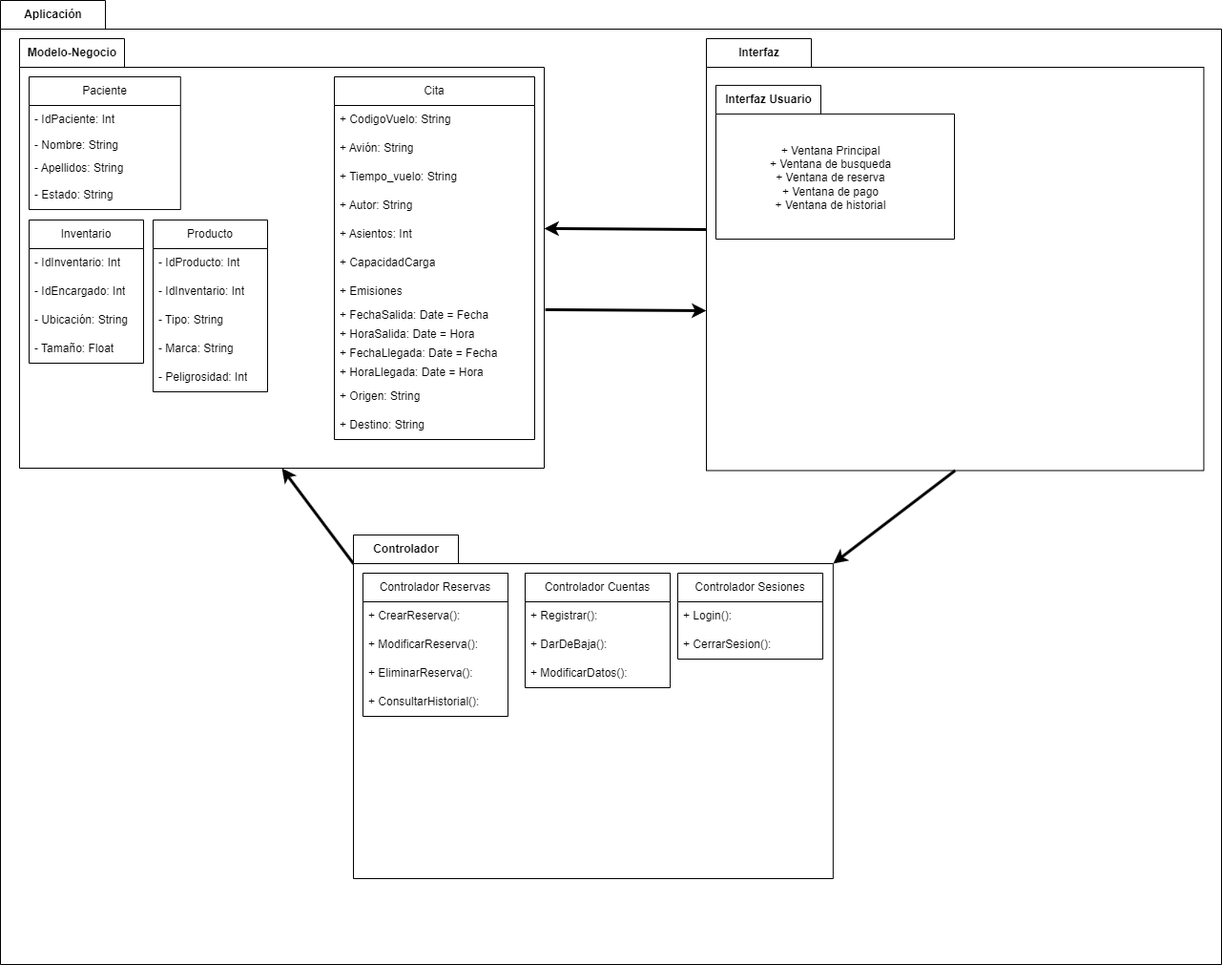
Earlier version of the draw.io export diagrama-paquetes/Hospital/diagrama.drawio.png (IsaiasTolP/Tareas_Markdown). Source tidied: cells renumbered, new cells last; positions are measured from the earlier drawing's top-left corner, leaving out a move shared by most shapes.
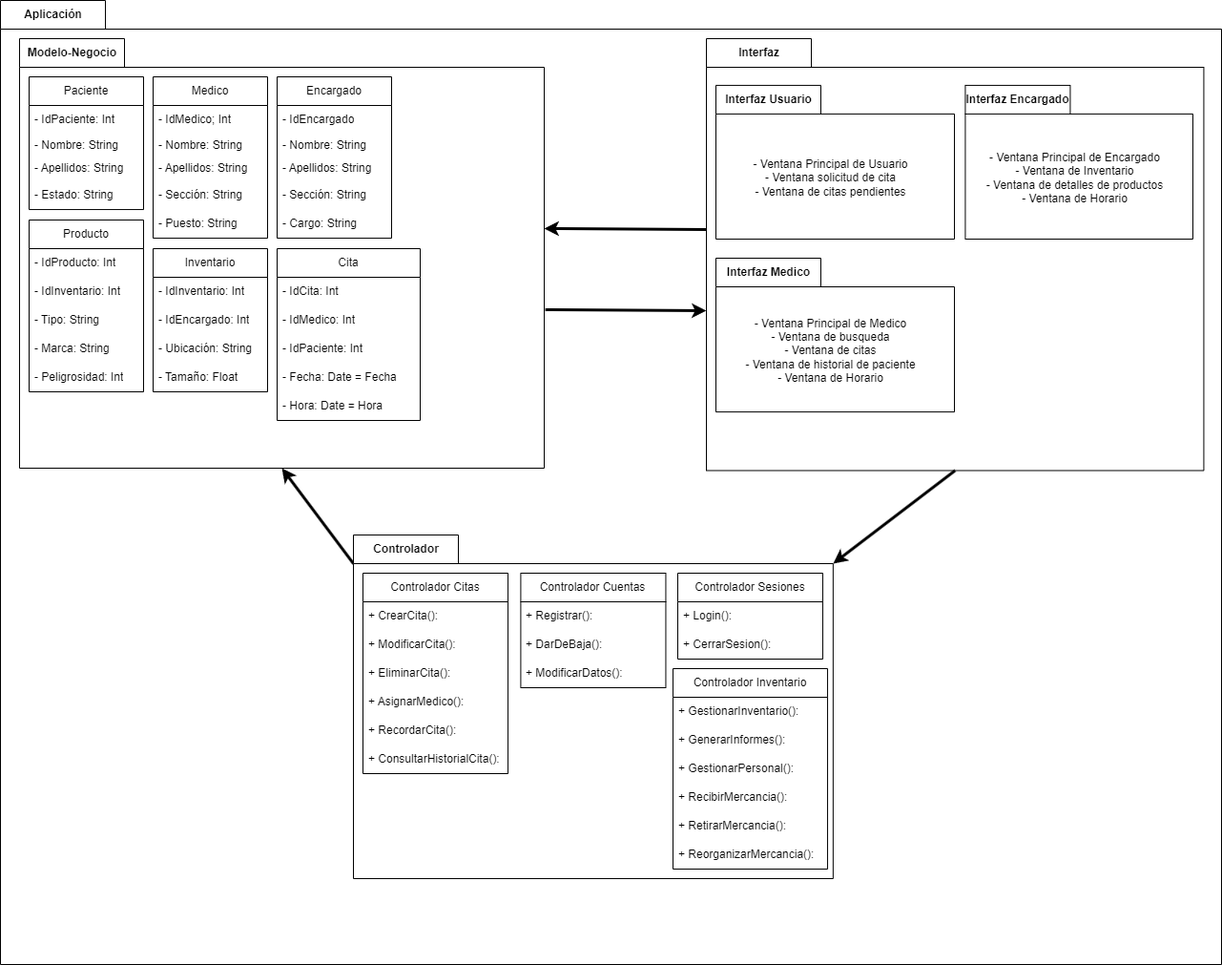
The same file after the commit.

What changed in the source:
```diff
@@ -26,3 +26,3 @@
     </mxCell>
-    <mxCell id="8" value="+ Ventana Principal&lt;br&gt;+ Ventana de busqueda&lt;br&gt;+ Ventana de reserva&lt;br&gt;+ Ventana de pago&lt;div&gt;+ Ventana de historial&lt;/div&gt;" style="html=1;strokeColor=none;fillColor=none;" parent="7" vertex="1">
+    <mxCell id="8" value="- Ventana Principal de Usuario&lt;br&gt;- Ventana solicitud de cita&lt;div&gt;- Ventana de citas pendientes&lt;/div&gt;" style="html=1;strokeColor=none;fillColor=none;" parent="7" vertex="1">
       <mxGeometry width="239.58" height="134.23" relative="1" as="geometry">
@@ -31,2 +31,18 @@
     </mxCell>
+    <mxCell id="58" value="Interfaz Medico" style="shape=folder;fontStyle=1;tabWidth=110;tabHeight=30;tabPosition=left;html=1;boundedLbl=1;labelInHeader=1;" parent="5" vertex="1">
+      <mxGeometry x="10" y="230" width="250" height="161.1" as="geometry" />
+    </mxCell>
+    <mxCell id="59" value="- Ventana Principal de Medico&lt;br&gt;- Ventana de busqueda&lt;br&gt;- Ventana de citas&lt;br&gt;- Ventana de historial de paciente&lt;div&gt;- Ventana de Horario&lt;/div&gt;" style="html=1;strokeColor=none;fillColor=none;" parent="58" vertex="1">
+      <mxGeometry width="239.58" height="134.23" relative="1" as="geometry">
+        <mxPoint y="30" as="offset" />
+      </mxGeometry>
+    </mxCell>
+    <mxCell id="60" value="Interfaz Encargado" style="shape=folder;fontStyle=1;tabWidth=110;tabHeight=30;tabPosition=left;html=1;boundedLbl=1;labelInHeader=1;" parent="5" vertex="1">
+      <mxGeometry x="271.4" y="48.9" width="238.6" height="161.1" as="geometry" />
+    </mxCell>
+    <mxCell id="61" value="- Ventana Principal de Encargado&lt;br&gt;- Ventana de Inventario&lt;br&gt;- Ventana de detalles de productos&lt;div&gt;&lt;span style=&quot;background-color: initial;&quot;&gt;- Ventana de Horario&lt;/span&gt;&lt;/div&gt;" style="html=1;strokeColor=none;fillColor=none;" parent="60" vertex="1">
+      <mxGeometry width="228.63" height="134.23" relative="1" as="geometry">
+        <mxPoint y="30" as="offset" />
+      </mxGeometry>
+    </mxCell>
     <mxCell id="9" style="edgeStyle=none;html=1;exitX=0;exitY=0;exitDx=502.85714285714283;exitDy=30;exitPerimeter=0;entryX=0.5;entryY=1;entryDx=0;entryDy=0;entryPerimeter=0;strokeWidth=3;startArrow=classic;startFill=1;endArrow=none;endFill=0;" parent="2" edge="1" source="11" target="5">
@@ -45,16 +61,22 @@
     </mxCell>
-    <mxCell id="13" value="Controlador Reservas" style="swimlane;fontStyle=0;horizontal=1;startSize=30;whiteSpace=wrap;html=1;" parent="11" vertex="1">
-      <mxGeometry x="10" y="40" width="152" height="150" as="geometry" />
+    <mxCell id="13" value="Controlador Citas" style="swimlane;fontStyle=0;horizontal=1;startSize=30;whiteSpace=wrap;html=1;" parent="11" vertex="1">
+      <mxGeometry x="10" y="40" width="152" height="210" as="geometry" />
     </mxCell>
-    <mxCell id="14" value="+ CrearReserva():" style="text;strokeColor=none;fillColor=none;align=left;verticalAlign=middle;spacingLeft=4;spacingRight=4;overflow=hidden;whiteSpace=wrap;html=1;" parent="13" vertex="1">
+    <mxCell id="14" value="+ CrearCita():" style="text;strokeColor=none;fillColor=none;align=left;verticalAlign=middle;spacingLeft=4;spacingRight=4;overflow=hidden;whiteSpace=wrap;html=1;" parent="13" vertex="1">
       <mxGeometry y="30" width="152" height="30" as="geometry" />
     </mxCell>
-    <mxCell id="15" value="+ ModificarReserva():" style="text;strokeColor=none;fillColor=none;align=left;verticalAlign=middle;spacingLeft=4;spacingRight=4;overflow=hidden;whiteSpace=wrap;html=1;" parent="13" vertex="1">
+    <mxCell id="15" value="+ ModificarCita():" style="text;strokeColor=none;fillColor=none;align=left;verticalAlign=middle;spacingLeft=4;spacingRight=4;overflow=hidden;whiteSpace=wrap;html=1;" parent="13" vertex="1">
       <mxGeometry y="60" width="152" height="30" as="geometry" />
     </mxCell>
-    <mxCell id="16" value="+ EliminarReserva():" style="text;strokeColor=none;fillColor=none;align=left;verticalAlign=middle;spacingLeft=4;spacingRight=4;overflow=hidden;whiteSpace=wrap;html=1;" parent="13" vertex="1">
+    <mxCell id="16" value="+ EliminarCita():" style="text;strokeColor=none;fillColor=none;align=left;verticalAlign=middle;spacingLeft=4;spacingRight=4;overflow=hidden;whiteSpace=wrap;html=1;" parent="13" vertex="1">
       <mxGeometry y="90" width="152" height="30" as="geometry" />
     </mxCell>
+    <mxCell id="62" value="+ AsignarMedico():" style="text;strokeColor=none;fillColor=none;align=left;verticalAlign=middle;spacingLeft=4;spacingRight=4;overflow=hidden;whiteSpace=wrap;html=1;" parent="13" vertex="1">
+      <mxGeometry y="120" width="152" height="30" as="geometry" />
+    </mxCell>
+    <mxCell id="63" value="+ RecordarCita():" style="text;strokeColor=none;fillColor=none;align=left;verticalAlign=middle;spacingLeft=4;spacingRight=4;overflow=hidden;whiteSpace=wrap;html=1;" parent="13" vertex="1">
+      <mxGeometry y="150" width="152" height="30" as="geometry" />
+    </mxCell>
-    <mxCell id="17" value="+ ConsultarHistorial():" style="text;strokeColor=none;fillColor=none;align=left;verticalAlign=middle;spacingLeft=4;spacingRight=4;overflow=hidden;whiteSpace=wrap;html=1;" parent="13" vertex="1">
-      <mxGeometry y="120" width="152" height="30" as="geometry" />
+    <mxCell id="17" value="+ ConsultarHistorialCita():" style="text;strokeColor=none;fillColor=none;align=left;verticalAlign=middle;spacingLeft=4;spacingRight=4;overflow=hidden;whiteSpace=wrap;html=1;" parent="13" vertex="1">
+      <mxGeometry y="180" width="152" height="30" as="geometry" />
     </mxCell>
@@ -70,3 +92,3 @@
     <mxCell id="21" value="Controlador Cuentas" style="swimlane;fontStyle=0;horizontal=1;startSize=30;whiteSpace=wrap;html=1;" parent="11" vertex="1">
-      <mxGeometry x="180" y="40" width="152" height="120" as="geometry" />
+      <mxGeometry x="175.4" y="40" width="152" height="120" as="geometry" />
     </mxCell>
@@ -81,2 +103,23 @@
     </mxCell>
+    <mxCell id="64" value="Controlador Inventario" style="swimlane;fontStyle=0;horizontal=1;startSize=30;whiteSpace=wrap;html=1;" parent="11" vertex="1">
+      <mxGeometry x="335" y="140" width="162" height="210" as="geometry" />
+    </mxCell>
+    <mxCell id="65" value="+ GestionarInventario():" style="text;strokeColor=none;fillColor=none;align=left;verticalAlign=middle;spacingLeft=4;spacingRight=4;overflow=hidden;whiteSpace=wrap;html=1;" parent="64" vertex="1">
+      <mxGeometry y="30" width="162" height="30" as="geometry" />
+    </mxCell>
+    <mxCell id="66" value="+ GenerarInformes():" style="text;strokeColor=none;fillColor=none;align=left;verticalAlign=middle;spacingLeft=4;spacingRight=4;overflow=hidden;whiteSpace=wrap;html=1;" parent="64" vertex="1">
+      <mxGeometry y="60" width="162" height="30" as="geometry" />
+    </mxCell>
+    <mxCell id="67" value="+ GestionarPersonal():" style="text;strokeColor=none;fillColor=none;align=left;verticalAlign=middle;spacingLeft=4;spacingRight=4;overflow=hidden;whiteSpace=wrap;html=1;" parent="64" vertex="1">
+      <mxGeometry y="90" width="162" height="30" as="geometry" />
+    </mxCell>
+    <mxCell id="68" value="+ RecibirMercancia():" style="text;strokeColor=none;fillColor=none;align=left;verticalAlign=middle;spacingLeft=4;spacingRight=4;overflow=hidden;whiteSpace=wrap;html=1;" parent="64" vertex="1">
+      <mxGeometry y="120" width="162" height="30" as="geometry" />
+    </mxCell>
+    <mxCell id="69" value="+ RetirarMercancia():" style="text;strokeColor=none;fillColor=none;align=left;verticalAlign=middle;spacingLeft=4;spacingRight=4;overflow=hidden;whiteSpace=wrap;html=1;" parent="64" vertex="1">
+      <mxGeometry y="150" width="162" height="30" as="geometry" />
+    </mxCell>
+    <mxCell id="70" value="+ ReorganizarMercancia():" style="text;strokeColor=none;fillColor=none;align=left;verticalAlign=middle;spacingLeft=4;spacingRight=4;overflow=hidden;whiteSpace=wrap;html=1;" parent="64" vertex="1">
+      <mxGeometry y="180" width="162" height="30" as="geometry" />
+    </mxCell>
     <mxCell id="25" style="edgeStyle=none;html=1;exitX=1.002;exitY=0.631;exitDx=0;exitDy=0;exitPerimeter=0;entryX=0;entryY=0;entryDx=0;entryDy=285;entryPerimeter=0;strokeWidth=3;" parent="2" edge="1" source="26" target="5">
@@ -93,60 +136,36 @@
     <mxCell id="28" value="Paciente" style="swimlane;fontStyle=0;horizontal=1;startSize=30;whiteSpace=wrap;html=1;strokeColor=default;" parent="26" vertex="1">
-      <mxGeometry x="10" y="40" width="158.8" height="139" as="geometry" />
+      <mxGeometry x="10" y="40" width="120" height="139" as="geometry" />
     </mxCell>
     <mxCell id="29" value="- IdPaciente: Int" style="text;strokeColor=none;fillColor=none;align=left;verticalAlign=middle;spacingLeft=4;spacingRight=4;overflow=hidden;whiteSpace=wrap;html=1;" parent="28" vertex="1">
-      <mxGeometry y="30" width="158.8" height="30" as="geometry" />
+      <mxGeometry y="30" width="120" height="30" as="geometry" />
     </mxCell>
     <mxCell id="30" value="- Nombre: String" style="text;strokeColor=none;fillColor=none;align=left;verticalAlign=middle;spacingLeft=4;spacingRight=4;overflow=hidden;whiteSpace=wrap;html=1;" parent="28" vertex="1">
-      <mxGeometry y="60" width="158.8" height="23" as="geometry" />
+      <mxGeometry y="60" width="120" height="23" as="geometry" />
     </mxCell>
     <mxCell id="31" value="- Apellidos: String" style="text;strokeColor=none;fillColor=none;align=left;verticalAlign=middle;spacingLeft=4;spacingRight=4;overflow=hidden;whiteSpace=wrap;html=1;" parent="28" vertex="1">
-      <mxGeometry y="83" width="158.8" height="26" as="geometry" />
+      <mxGeometry y="83" width="120" height="26" as="geometry" />
     </mxCell>
     <mxCell id="32" value="- Estado: String" style="text;strokeColor=none;fillColor=none;align=left;verticalAlign=middle;spacingLeft=4;spacingRight=4;overflow=hidden;whiteSpace=wrap;html=1;" parent="28" vertex="1">
-      <mxGeometry y="109" width="158.8" height="30" as="geometry" />
+      <mxGeometry y="109" width="120" height="30" as="geometry" />
     </mxCell>
     <mxCell id="33" value="Cita" style="swimlane;fontStyle=0;horizontal=1;startSize=30;whiteSpace=wrap;html=1;strokeColor=default;" parent="26" vertex="1">
-      <mxGeometry x="330" y="40" width="210" height="380" as="geometry" />
+      <mxGeometry x="270" y="220" width="150" height="180" as="geometry" />
     </mxCell>
-    <mxCell id="34" value="+ CodigoVuelo: String" style="text;strokeColor=none;fillColor=none;align=left;verticalAlign=middle;spacingLeft=4;spacingRight=4;overflow=hidden;whiteSpace=wrap;html=1;" parent="33" vertex="1">
-      <mxGeometry y="30" width="210" height="30" as="geometry" />
+    <mxCell id="34" value="- IdCita: Int" style="text;strokeColor=none;fillColor=none;align=left;verticalAlign=middle;spacingLeft=4;spacingRight=4;overflow=hidden;whiteSpace=wrap;html=1;" parent="33" vertex="1">
+      <mxGeometry y="30" width="150" height="30" as="geometry" />
     </mxCell>
-    <mxCell id="35" value="+ Avión: String" style="text;strokeColor=none;fillColor=none;align=left;verticalAlign=middle;spacingLeft=4;spacingRight=4;overflow=hidden;whiteSpace=wrap;html=1;" parent="33" vertex="1">
-      <mxGeometry y="60" width="210" height="30" as="geometry" />
+    <mxCell id="35" value="- IdMedico: Int" style="text;strokeColor=none;fillColor=none;align=left;verticalAlign=middle;spacingLeft=4;spacingRight=4;overflow=hidden;whiteSpace=wrap;html=1;" parent="33" vertex="1">
+      <mxGeometry y="60" width="150" height="30" as="geometry" />
     </mxCell>
-    <mxCell id="36" value="+ Tiempo_vuelo: String" style="text;strokeColor=none;fillColor=none;align=left;verticalAlign=middle;spacingLeft=4;spacingRight=4;overflow=hidden;whiteSpace=wrap;html=1;" parent="33" vertex="1">
-      <mxGeometry y="90" width="210" height="30" as="geometry" />
+    <mxCell id="36" value="- IdPaciente: Int" style="text;strokeColor=none;fillColor=none;align=left;verticalAlign=middle;spacingLeft=4;spacingRight=4;overflow=hidden;whiteSpace=wrap;html=1;" parent="33" vertex="1">
+      <mxGeometry y="90" width="150" height="30" as="geometry" />
     </mxCell>
-    <mxCell id="37" value="+ Autor: String" style="text;strokeColor=none;fillColor=none;align=left;verticalAlign=middle;spacingLeft=4;spacingRight=4;overflow=hidden;whiteSpace=wrap;html=1;" parent="33" vertex="1">
-      <mxGeometry y="120" width="210" height="30" as="geometry" />
+    <mxCell id="37" value="- Fecha: Date = Fecha" style="text;strokeColor=none;fillColor=none;align=left;verticalAlign=middle;spacingLeft=4;spacingRight=4;overflow=hidden;whiteSpace=wrap;html=1;" parent="33" vertex="1">
+      <mxGeometry y="120" width="150" height="30" as="geometry" />
     </mxCell>
-    <mxCell id="38" value="+ Asientos: Int" style="text;strokeColor=none;fillColor=none;align=left;verticalAlign=middle;spacingLeft=4;spacingRight=4;overflow=hidden;whiteSpace=wrap;html=1;" parent="33" vertex="1">
-      <mxGeometry y="150" width="210" height="30" as="geometry" />
+    <mxCell id="38" value="- Hora: Date = Hora" style="text;strokeColor=none;fillColor=none;align=left;verticalAlign=middle;spacingLeft=4;spacingRight=4;overflow=hidden;whiteSpace=wrap;html=1;" parent="33" vertex="1">
+      <mxGeometry y="150" width="150" height="30" as="geometry" />
     </mxCell>
-    <mxCell id="39" value="+ CapacidadCarga" style="text;strokeColor=none;fillColor=none;align=left;verticalAlign=middle;spacingLeft=4;spacingRight=4;overflow=hidden;whiteSpace=wrap;html=1;" parent="33" vertex="1">
-      <mxGeometry y="180" width="210" height="30" as="geometry" />
-    </mxCell>
-    <mxCell id="40" value="+ Emisiones" style="text;strokeColor=none;fillColor=none;align=left;verticalAlign=middle;spacingLeft=4;spacingRight=4;overflow=hidden;whiteSpace=wrap;html=1;" parent="33" vertex="1">
-      <mxGeometry y="210" width="210" height="30" as="geometry" />
-    </mxCell>
-    <mxCell id="41" value="+ FechaSalida: Date = Fecha" style="text;strokeColor=none;fillColor=none;align=left;verticalAlign=middle;spacingLeft=4;spacingRight=4;overflow=hidden;whiteSpace=wrap;html=1;" parent="33" vertex="1">
-      <mxGeometry y="240" width="210" height="20" as="geometry" />
-    </mxCell>
-    <mxCell id="42" value="+ HoraSalida: Date = Hora" style="text;strokeColor=none;fillColor=none;align=left;verticalAlign=middle;spacingLeft=4;spacingRight=4;overflow=hidden;whiteSpace=wrap;html=1;" parent="33" vertex="1">
-      <mxGeometry y="260" width="210" height="20" as="geometry" />
-    </mxCell>
-    <mxCell id="43" value="+ FechaLlegada: Date = Fecha" style="text;strokeColor=none;fillColor=none;align=left;verticalAlign=middle;spacingLeft=4;spacingRight=4;overflow=hidden;whiteSpace=wrap;html=1;" parent="33" vertex="1">
-      <mxGeometry y="280" width="210" height="20" as="geometry" />
-    </mxCell>
-    <mxCell id="44" value="+ HoraLlegada: Date = Hora" style="text;strokeColor=none;fillColor=none;align=left;verticalAlign=middle;spacingLeft=4;spacingRight=4;overflow=hidden;whiteSpace=wrap;html=1;" parent="33" vertex="1">
-      <mxGeometry y="300" width="210" height="20" as="geometry" />
-    </mxCell>
-    <mxCell id="45" value="+ Origen: String" style="text;strokeColor=none;fillColor=none;align=left;verticalAlign=middle;spacingLeft=4;spacingRight=4;overflow=hidden;whiteSpace=wrap;html=1;" parent="33" vertex="1">
-      <mxGeometry y="320" width="210" height="30" as="geometry" />
-    </mxCell>
-    <mxCell id="46" value="+ Destino: String" style="text;strokeColor=none;fillColor=none;align=left;verticalAlign=middle;spacingLeft=4;spacingRight=4;overflow=hidden;whiteSpace=wrap;html=1;" parent="33" vertex="1">
-      <mxGeometry y="350" width="210" height="30" as="geometry" />
-    </mxCell>
     <mxCell id="47" value="Inventario" style="swimlane;fontStyle=0;horizontal=1;startSize=30;whiteSpace=wrap;html=1;strokeColor=default;" parent="26" vertex="1">
-      <mxGeometry x="10" y="190" width="120" height="150" as="geometry" />
+      <mxGeometry x="140" y="220" width="120" height="150" as="geometry" />
     </mxCell>
@@ -165,3 +184,3 @@
     <mxCell id="52" value="Producto" style="swimlane;fontStyle=0;horizontal=1;startSize=30;whiteSpace=wrap;html=1;strokeColor=default;" parent="26" vertex="1">
-      <mxGeometry x="140" y="190" width="120" height="180" as="geometry" />
+      <mxGeometry x="10" y="190" width="120" height="180" as="geometry" />
     </mxCell>
@@ -182,2 +201,38 @@
     </mxCell>
+    <mxCell id="71" value="Medico" style="swimlane;fontStyle=0;horizontal=1;startSize=30;whiteSpace=wrap;html=1;strokeColor=default;" parent="26" vertex="1">
+      <mxGeometry x="140" y="40" width="120" height="169" as="geometry" />
+    </mxCell>
+    <mxCell id="72" value="- IdMedico; Int" style="text;strokeColor=none;fillColor=none;align=left;verticalAlign=middle;spacingLeft=4;spacingRight=4;overflow=hidden;whiteSpace=wrap;html=1;" parent="71" vertex="1">
+      <mxGeometry y="30" width="120" height="30" as="geometry" />
+    </mxCell>
+    <mxCell id="73" value="- Nombre: String" style="text;strokeColor=none;fillColor=none;align=left;verticalAlign=middle;spacingLeft=4;spacingRight=4;overflow=hidden;whiteSpace=wrap;html=1;" parent="71" vertex="1">
+      <mxGeometry y="60" width="120" height="23" as="geometry" />
+    </mxCell>
+    <mxCell id="74" value="- Apellidos: String" style="text;strokeColor=none;fillColor=none;align=left;verticalAlign=middle;spacingLeft=4;spacingRight=4;overflow=hidden;whiteSpace=wrap;html=1;" parent="71" vertex="1">
+      <mxGeometry y="83" width="120" height="26" as="geometry" />
+    </mxCell>
+    <mxCell id="75" value="- Sección: String" style="text;strokeColor=none;fillColor=none;align=left;verticalAlign=middle;spacingLeft=4;spacingRight=4;overflow=hidden;whiteSpace=wrap;html=1;" parent="71" vertex="1">
+      <mxGeometry y="109" width="120" height="30" as="geometry" />
+    </mxCell>
+    <mxCell id="76" value="- Puesto: String" style="text;strokeColor=none;fillColor=none;align=left;verticalAlign=middle;spacingLeft=4;spacingRight=4;overflow=hidden;whiteSpace=wrap;html=1;" parent="71" vertex="1">
+      <mxGeometry y="139" width="120" height="30" as="geometry" />
+    </mxCell>
+    <mxCell id="77" value="Encargado" style="swimlane;fontStyle=0;horizontal=1;startSize=30;whiteSpace=wrap;html=1;strokeColor=default;" parent="26" vertex="1">
+      <mxGeometry x="270" y="40" width="120" height="169" as="geometry" />
+    </mxCell>
+    <mxCell id="78" value="- IdEncargado" style="text;strokeColor=none;fillColor=none;align=left;verticalAlign=middle;spacingLeft=4;spacingRight=4;overflow=hidden;whiteSpace=wrap;html=1;" parent="77" vertex="1">
+      <mxGeometry y="30" width="120" height="30" as="geometry" />
+    </mxCell>
+    <mxCell id="79" value="- Nombre: String" style="text;strokeColor=none;fillColor=none;align=left;verticalAlign=middle;spacingLeft=4;spacingRight=4;overflow=hidden;whiteSpace=wrap;html=1;" parent="77" vertex="1">
+      <mxGeometry y="60" width="120" height="23" as="geometry" />
+    </mxCell>
+    <mxCell id="80" value="- Apellidos: String" style="text;strokeColor=none;fillColor=none;align=left;verticalAlign=middle;spacingLeft=4;spacingRight=4;overflow=hidden;whiteSpace=wrap;html=1;" parent="77" vertex="1">
+      <mxGeometry y="83" width="120" height="26" as="geometry" />
+    </mxCell>
+    <mxCell id="81" value="- Sección: String" style="text;strokeColor=none;fillColor=none;align=left;verticalAlign=middle;spacingLeft=4;spacingRight=4;overflow=hidden;whiteSpace=wrap;html=1;" parent="77" vertex="1">
+      <mxGeometry y="109" width="120" height="30" as="geometry" />
+    </mxCell>
+    <mxCell id="82" value="- Cargo: String" style="text;strokeColor=none;fillColor=none;align=left;verticalAlign=middle;spacingLeft=4;spacingRight=4;overflow=hidden;whiteSpace=wrap;html=1;" parent="77" vertex="1">
+      <mxGeometry y="139" width="120" height="30" as="geometry" />
+    </mxCell>
   </root>
```
